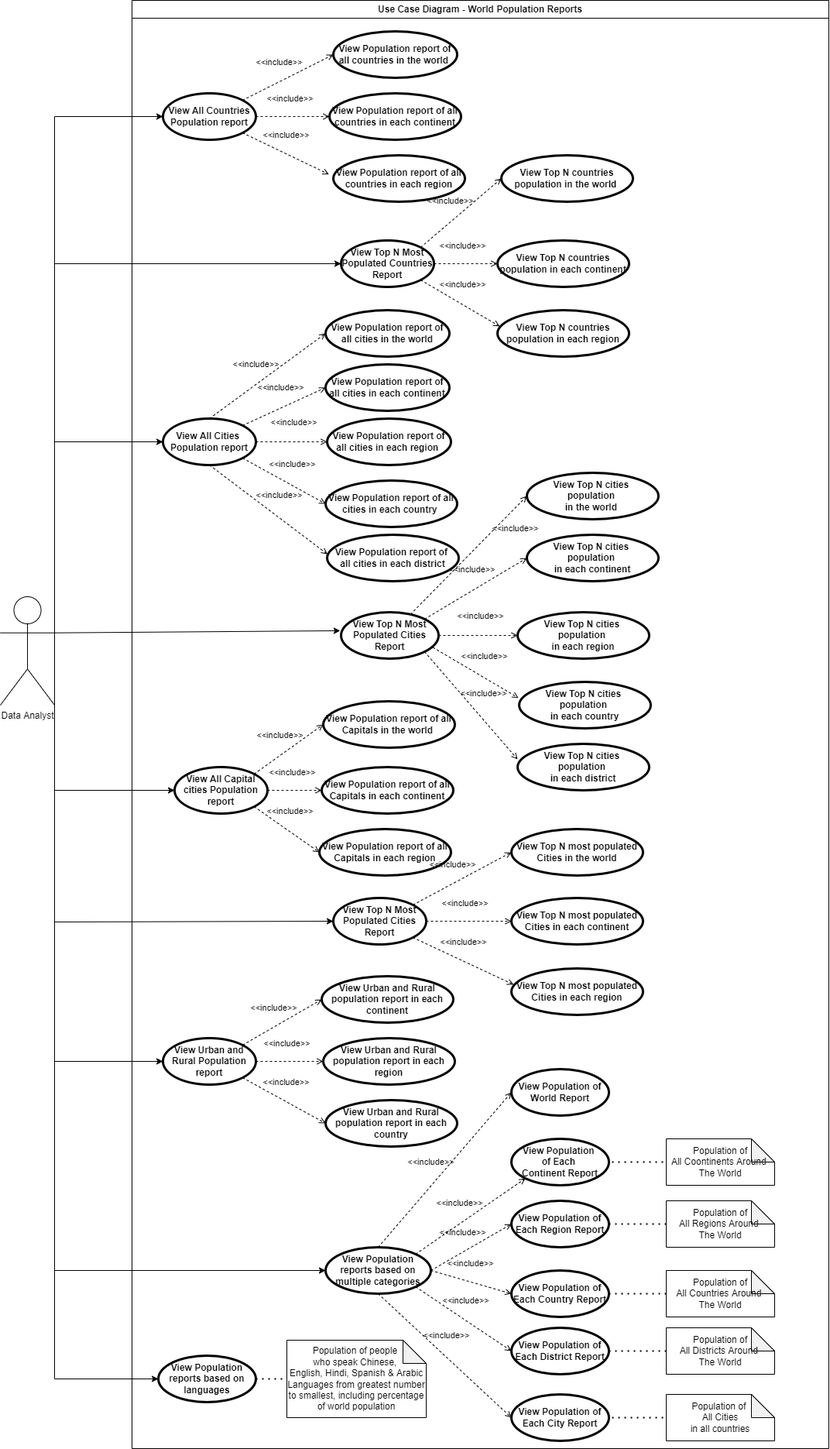
The draw.io diagram Use_Case_Diagram.png in kaungmyat128/devops_coursework, before a commit. Source tidied: cells renumbered, new cells last; positions are measured from the earlier drawing's top-left corner, leaving out a move shared by most shapes.
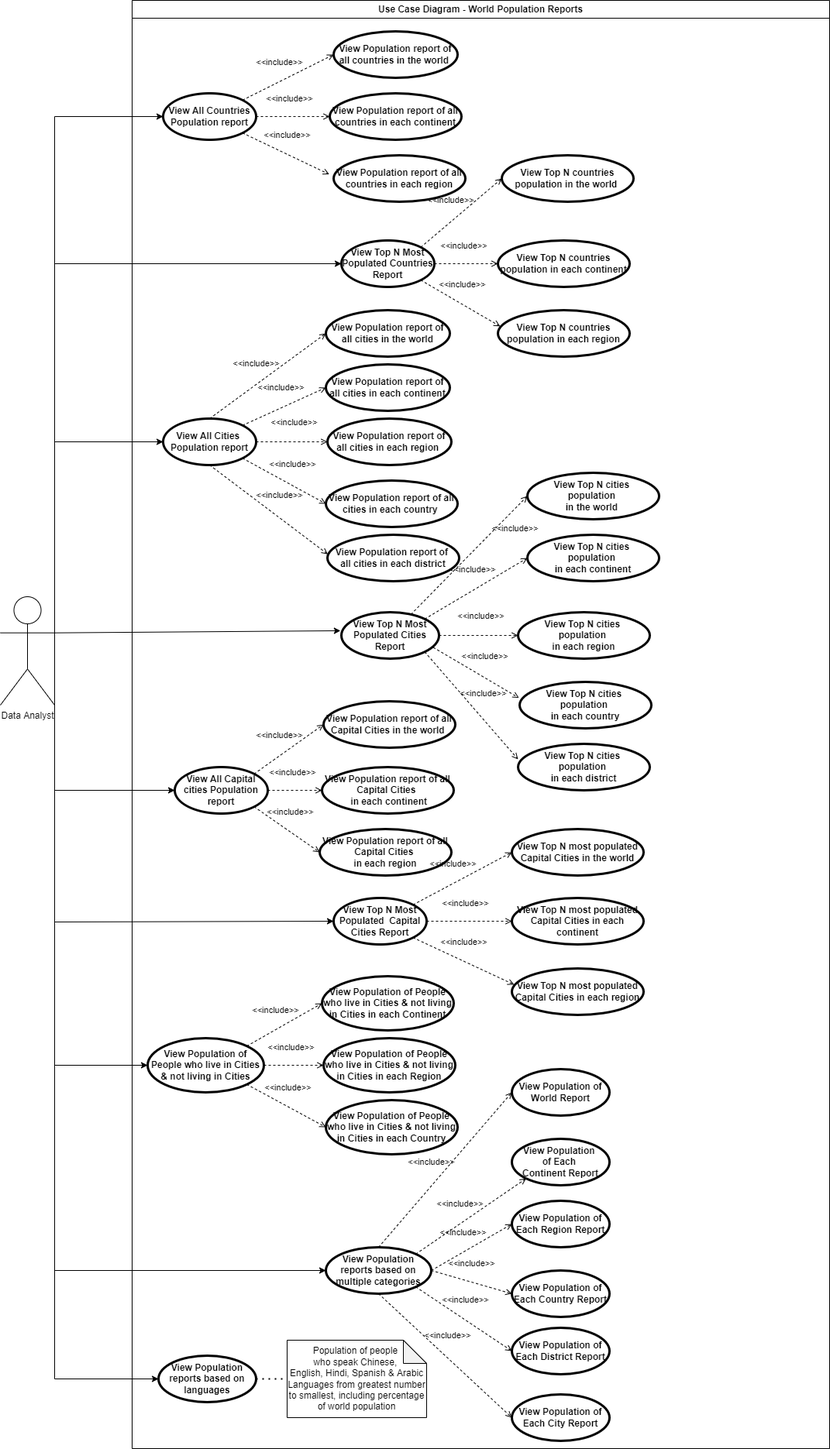
After the change.

Commit message:
Updated Uses Cases Description . Use Case Diagram and User Stories.

What changed in the source:
```diff
@@ -77,31 +77,31 @@
     <mxCell id="26" value="View All Capital cities Population report" style="shape=ellipse;html=1;strokeWidth=3;fontStyle=1;whiteSpace=wrap;align=center;perimeter=ellipsePerimeter;" parent="2" vertex="1">
       <mxGeometry x="55" y="990" width="120" height="60" as="geometry" />
     </mxCell>
-    <mxCell id="27" value="&lt;b&gt;View Top N Most Populated Cities Report&lt;/b&gt;" style="shape=ellipse;html=1;strokeWidth=3;fontStyle=1;whiteSpace=wrap;align=center;perimeter=ellipsePerimeter;" parent="2" vertex="1">
+    <mxCell id="27" value="&lt;b&gt;View Top N Most Populated&amp;nbsp; Capital Cities Report&lt;/b&gt;" style="shape=ellipse;html=1;strokeWidth=3;fontStyle=1;whiteSpace=wrap;align=center;perimeter=ellipsePerimeter;" parent="2" vertex="1">
       <mxGeometry x="260" y="1159" width="120" height="60" as="geometry" />
     </mxCell>
     <mxCell id="28" value="&lt;b&gt;View Population reports based on multiple categories&lt;/b&gt;" style="shape=ellipse;html=1;strokeWidth=3;fontStyle=1;whiteSpace=wrap;align=center;perimeter=ellipsePerimeter;" parent="2" vertex="1">
       <mxGeometry x="250" y="1610" width="136" height="60" as="geometry" />
     </mxCell>
-    <mxCell id="29" value="View Urban and Rural Population report" style="shape=ellipse;html=1;strokeWidth=3;fontStyle=1;whiteSpace=wrap;align=center;perimeter=ellipsePerimeter;" parent="2" vertex="1">
-      <mxGeometry x="40" y="1340" width="120" height="60" as="geometry" />
+    <mxCell id="29" value="View Population of People who live in Cities &amp;amp; not living in Cities" style="shape=ellipse;html=1;strokeWidth=3;fontStyle=1;whiteSpace=wrap;align=center;perimeter=ellipsePerimeter;" parent="2" vertex="1">
+      <mxGeometry x="20" y="1340" width="150" height="70" as="geometry" />
     </mxCell>
-    <mxCell id="30" value="View Population report of all Capitals in the world&amp;nbsp;" style="shape=ellipse;html=1;strokeWidth=3;fontStyle=1;whiteSpace=wrap;align=center;perimeter=ellipsePerimeter;" parent="2" vertex="1">
+    <mxCell id="30" value="View Population report of all Capital Cities in the world&amp;nbsp;" style="shape=ellipse;html=1;strokeWidth=3;fontStyle=1;whiteSpace=wrap;align=center;perimeter=ellipsePerimeter;" parent="2" vertex="1">
       <mxGeometry x="247" y="905" width="170" height="60" as="geometry" />
     </mxCell>
-    <mxCell id="31" value="View Population report of all Capitals&amp;nbsp;in each continent" style="shape=ellipse;html=1;strokeWidth=3;fontStyle=1;whiteSpace=wrap;align=center;perimeter=ellipsePerimeter;" parent="2" vertex="1">
+    <mxCell id="31" value="View Population report of all Capital Cities&amp;nbsp;&lt;br&gt;&amp;nbsp;in each continent" style="shape=ellipse;html=1;strokeWidth=3;fontStyle=1;whiteSpace=wrap;align=center;perimeter=ellipsePerimeter;" parent="2" vertex="1">
       <mxGeometry x="245" y="990" width="170" height="60" as="geometry" />
     </mxCell>
-    <mxCell id="32" value="View Population report of all Capitals&amp;nbsp;in each region" style="shape=ellipse;html=1;strokeWidth=3;fontStyle=1;whiteSpace=wrap;align=center;perimeter=ellipsePerimeter;" parent="2" vertex="1">
+    <mxCell id="32" value="View Population report of all Capital Cities&amp;nbsp;&lt;br&gt;in each region" style="shape=ellipse;html=1;strokeWidth=3;fontStyle=1;whiteSpace=wrap;align=center;perimeter=ellipsePerimeter;" parent="2" vertex="1">
       <mxGeometry x="242" y="1070" width="170" height="60" as="geometry" />
     </mxCell>
-    <mxCell id="33" value="View Top N most populated Cities in the world" style="shape=ellipse;html=1;strokeWidth=3;fontStyle=1;whiteSpace=wrap;align=center;perimeter=ellipsePerimeter;" parent="2" vertex="1">
+    <mxCell id="33" value="View Top N most populated Capital Cities in the world" style="shape=ellipse;html=1;strokeWidth=3;fontStyle=1;whiteSpace=wrap;align=center;perimeter=ellipsePerimeter;" parent="2" vertex="1">
       <mxGeometry x="490" y="1070" width="170" height="60" as="geometry" />
     </mxCell>
-    <mxCell id="34" value="View Top N most populated Cities in each continent" style="shape=ellipse;html=1;strokeWidth=3;fontStyle=1;whiteSpace=wrap;align=center;perimeter=ellipsePerimeter;" parent="2" vertex="1">
+    <mxCell id="34" value="View Top N most populated Capital Cities in each continent" style="shape=ellipse;html=1;strokeWidth=3;fontStyle=1;whiteSpace=wrap;align=center;perimeter=ellipsePerimeter;" parent="2" vertex="1">
       <mxGeometry x="490" y="1159" width="170" height="60" as="geometry" />
     </mxCell>
-    <mxCell id="35" value="View Top N most populated Cities in each region" style="shape=ellipse;html=1;strokeWidth=3;fontStyle=1;whiteSpace=wrap;align=center;perimeter=ellipsePerimeter;" parent="2" vertex="1">
+    <mxCell id="35" value="View Top N most populated Capital Cities in each region" style="shape=ellipse;html=1;strokeWidth=3;fontStyle=1;whiteSpace=wrap;align=center;perimeter=ellipsePerimeter;" parent="2" vertex="1">
       <mxGeometry x="490" y="1250" width="170" height="60" as="geometry" />
     </mxCell>
     <mxCell id="36" value="&amp;lt;&amp;lt;include&amp;gt;&amp;gt;" style="edgeStyle=none;html=1;endArrow=open;verticalAlign=bottom;dashed=1;labelBackgroundColor=none;rounded=0;entryX=0;entryY=0.5;entryDx=0;entryDy=0;exitX=1;exitY=1;exitDx=0;exitDy=0;" parent="2" edge="1" source="26" target="32">
@@ -116,14 +116,14 @@
     <mxCell id="39" value="&amp;lt;&amp;lt;include&amp;gt;&amp;gt;" style="edgeStyle=none;html=1;endArrow=open;verticalAlign=bottom;dashed=1;labelBackgroundColor=none;rounded=0;exitX=1;exitY=1;exitDx=0;exitDy=0;entryX=0.017;entryY=0.348;entryDx=0;entryDy=0;entryPerimeter=0;" parent="2" edge="1" source="27" target="35">
       <mxGeometry x="-0.08" y="14" relative="1" as="geometry" />
     </mxCell>
-    <mxCell id="40" value="View Urban and Rural population report in each region" style="shape=ellipse;html=1;strokeWidth=3;fontStyle=1;whiteSpace=wrap;align=center;perimeter=ellipsePerimeter;" parent="2" vertex="1">
-      <mxGeometry x="247" y="1340" width="170" height="60" as="geometry" />
+    <mxCell id="40" value="View Population of People who live in Cities &amp;amp; not living in Cities in each Region" style="shape=ellipse;html=1;strokeWidth=3;fontStyle=1;whiteSpace=wrap;align=center;perimeter=ellipsePerimeter;" parent="2" vertex="1">
+      <mxGeometry x="247" y="1340" width="170" height="70" as="geometry" />
     </mxCell>
-    <mxCell id="41" value="View Urban and Rural population report in each continent" style="shape=ellipse;html=1;strokeWidth=3;fontStyle=1;whiteSpace=wrap;align=center;perimeter=ellipsePerimeter;" parent="2" vertex="1">
-      <mxGeometry x="245" y="1260" width="170" height="60" as="geometry" />
+    <mxCell id="41" value="View Population of People who live in Cities &amp;amp; not living in Cities in each Continent" style="shape=ellipse;html=1;strokeWidth=3;fontStyle=1;whiteSpace=wrap;align=center;perimeter=ellipsePerimeter;" parent="2" vertex="1">
+      <mxGeometry x="245" y="1260" width="170" height="70" as="geometry" />
     </mxCell>
-    <mxCell id="42" value="View Urban and Rural population report in each country" style="shape=ellipse;html=1;strokeWidth=3;fontStyle=1;whiteSpace=wrap;align=center;perimeter=ellipsePerimeter;" parent="2" vertex="1">
-      <mxGeometry x="250" y="1420" width="170" height="60" as="geometry" />
+    <mxCell id="42" value="View Population of People who live in Cities &amp;amp; not living in Cities in each Country" style="shape=ellipse;html=1;strokeWidth=3;fontStyle=1;whiteSpace=wrap;align=center;perimeter=ellipsePerimeter;" parent="2" vertex="1">
+      <mxGeometry x="250" y="1420" width="170" height="70" as="geometry" />
     </mxCell>
     <mxCell id="43" value="&amp;lt;&amp;lt;include&amp;gt;&amp;gt;" style="edgeStyle=none;html=1;endArrow=open;verticalAlign=bottom;dashed=1;labelBackgroundColor=none;rounded=0;exitX=1;exitY=0;exitDx=0;exitDy=0;entryX=0;entryY=0.5;entryDx=0;entryDy=0;" parent="2" edge="1" source="26" target="30">
       <mxGeometry x="-0.08" y="14" relative="1" as="geometry" />
@@ -206,33 +206,6 @@
     <mxCell id="69" value="&amp;lt;&amp;lt;include&amp;gt;&amp;gt;" style="edgeStyle=none;html=1;endArrow=open;verticalAlign=bottom;dashed=1;labelBackgroundColor=none;rounded=0;entryX=-0.033;entryY=0.41;entryDx=0;entryDy=0;entryPerimeter=0;exitX=1;exitY=1;exitDx=0;exitDy=0;" parent="2" edge="1" source="66" target="7">
       <mxGeometry x="-0.08" y="14" relative="1" as="geometry" />
     </mxCell>
-    <mxCell id="70" value="Population of &lt;br&gt;All Cities&lt;br&gt;in all countries" style="shape=note;whiteSpace=wrap;html=1;backgroundOutline=1;darkOpacity=0.05;" parent="2" vertex="1">
-      <mxGeometry x="690" y="1800" width="140" height="60" as="geometry" />
-    </mxCell>
-    <mxCell id="71" value="&amp;nbsp;Population of &lt;br&gt;All Districts Around &lt;br&gt;The World" style="shape=note;whiteSpace=wrap;html=1;backgroundOutline=1;darkOpacity=0.05;" parent="2" vertex="1">
-      <mxGeometry x="690" y="1714" width="140" height="60" as="geometry" />
-    </mxCell>
-    <mxCell id="72" value="&amp;nbsp;Population of &lt;br&gt;All Countries Around &lt;br&gt;The World" style="shape=note;whiteSpace=wrap;html=1;backgroundOutline=1;darkOpacity=0.05;" parent="2" vertex="1">
-      <mxGeometry x="690" y="1640" width="140" height="60" as="geometry" />
-    </mxCell>
-    <mxCell id="73" value="&amp;nbsp;Population of &lt;br&gt;All Regions Around &lt;br&gt;The World" style="shape=note;whiteSpace=wrap;html=1;backgroundOutline=1;darkOpacity=0.05;" parent="2" vertex="1">
-      <mxGeometry x="690" y="1550" width="140" height="60" as="geometry" />
-    </mxCell>
-    <mxCell id="74" value="&amp;nbsp;Population of &lt;br&gt;All Coontinents Around &lt;br&gt;The World" style="shape=note;whiteSpace=wrap;html=1;backgroundOutline=1;darkOpacity=0.05;" parent="2" vertex="1">
-      <mxGeometry x="690" y="1470" width="140" height="60" as="geometry" />
-    </mxCell>
-    <mxCell id="75" style="endArrow=none;dashed=1;html=1;dashPattern=1 3;strokeWidth=2;rounded=0;exitX=1;exitY=0.5;exitDx=0;exitDy=0;" parent="2" edge="1" source="50" target="73">
-      <mxGeometry relative="1" as="geometry" />
-    </mxCell>
-    <mxCell id="76" style="endArrow=none;dashed=1;html=1;dashPattern=1 3;strokeWidth=2;rounded=0;exitX=1;exitY=0.5;exitDx=0;exitDy=0;entryX=0;entryY=0.5;entryDx=0;entryDy=0;entryPerimeter=0;" parent="2" edge="1" source="53" target="72">
-      <mxGeometry relative="1" as="geometry" />
-    </mxCell>
-    <mxCell id="77" style="endArrow=none;dashed=1;html=1;dashPattern=1 3;strokeWidth=2;rounded=0;exitX=1;exitY=0.5;exitDx=0;exitDy=0;entryX=0;entryY=0.5;entryDx=0;entryDy=0;entryPerimeter=0;" parent="2" edge="1" source="51" target="71">
-      <mxGeometry relative="1" as="geometry" />
-    </mxCell>
-    <mxCell id="78" style="endArrow=none;dashed=1;html=1;dashPattern=1 3;strokeWidth=2;rounded=0;exitX=1.032;exitY=0.5;exitDx=0;exitDy=0;entryX=0;entryY=0.5;entryDx=0;entryDy=0;entryPerimeter=0;exitPerimeter=0;" parent="2" edge="1" source="52" target="70">
-      <mxGeometry relative="1" as="geometry" />
-    </mxCell>
     <mxCell id="79" value="Data Analyst" style="shape=umlActor;html=1;verticalLabelPosition=bottom;verticalAlign=top;align=center;" parent="1" vertex="1">
       <mxGeometry y="770" width="70" height="140" as="geometry" />
     </mxCell>
@@ -280,11 +253,6 @@
     <mxCell id="89" value="&amp;lt;&amp;lt;include&amp;gt;&amp;gt;" style="edgeStyle=none;html=1;endArrow=open;verticalAlign=bottom;dashed=1;labelBackgroundColor=none;rounded=0;entryX=0;entryY=0.5;entryDx=0;entryDy=0;" parent="1" edge="1" source="85" target="23">
       <mxGeometry x="0.06" y="16" relative="1" as="geometry" />
     </mxCell>
-    <mxCell id="90" style="endArrow=none;dashed=1;html=1;dashPattern=1 3;strokeWidth=2;rounded=0;entryX=0;entryY=0.5;entryDx=0;entryDy=0;entryPerimeter=0;" parent="1" edge="1" target="74">
-      <mxGeometry relative="1" as="geometry">
-        <mxPoint x="790" y="1500" as="sourcePoint" />
-      </mxGeometry>
-    </mxCell>
     <mxCell id="91" style="endArrow=classic;html=1;rounded=0;entryX=0;entryY=0.5;entryDx=0;entryDy=0;exitX=1;exitY=0.3333333333333333;exitDx=0;exitDy=0;exitPerimeter=0;" parent="1" edge="1" source="79" target="26">
       <mxGeometry relative="1" as="geometry">
         <Array as="points">
@@ -304,7 +272,7 @@
       <mxGeometry relative="1" as="geometry">
         <mxPoint x="70" y="820" as="sourcePoint" />
         <Array as="points">
-          <mxPoint x="70" y="1370" />
+          <mxPoint x="70" y="1375" />
         </Array>
       </mxGeometry>
     </mxCell>
```
